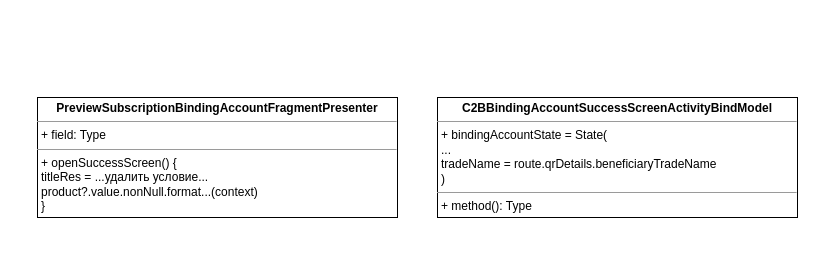
Earlier version of the draw.io diagram UNI-17136.drawio (ShiryaevNikolay/diagrams). Source tidied: cells renumbered, new cells numbered last; positions are measured from the earlier drawing's top-left corner, leaving out a move shared by most shapes. Both pictures are drawn from the tidied source at 100%, with x=0, y=0 at pixel (37, 97).
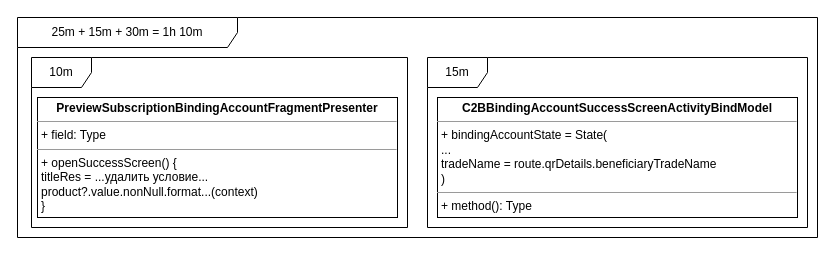
The same diagram, later.

The edit, as a diff of the source:
```diff
@@
 <mxGraphModel>
   <root>
     <mxCell id="0" />
     <mxCell id="1" parent="0" />
     <mxCell id="2" value="&lt;p style=&quot;margin:0px;margin-top:4px;text-align:center;&quot;&gt;&lt;b&gt;PreviewSubscriptionBindingAccountFragmentPresenter&lt;/b&gt;&lt;/p&gt;&lt;hr size=&quot;1&quot;&gt;&lt;p style=&quot;margin:0px;margin-left:4px;&quot;&gt;+ field: Type&lt;/p&gt;&lt;hr size=&quot;1&quot;&gt;&lt;p style=&quot;margin:0px;margin-left:4px;&quot;&gt;+ openSuccessScreen() {&lt;/p&gt;&lt;p style=&quot;margin:0px;margin-left:4px;&quot;&gt;titleRes = ...удалить условие...&lt;/p&gt;&lt;p style=&quot;margin:0px;margin-left:4px;&quot;&gt;product?.value.nonNull.format...(context)&lt;br&gt;&lt;/p&gt;&lt;p style=&quot;margin:0px;margin-left:4px;&quot;&gt;}&lt;br&gt;&lt;/p&gt;" style="verticalAlign=top;align=left;overflow=fill;fontSize=12;fontFamily=Helvetica;html=1;" parent="1" vertex="1">
       <mxGeometry width="360" height="120" as="geometry" />
     </mxCell>
     <mxCell id="3" value="&lt;p style=&quot;margin:0px;margin-top:4px;text-align:center;&quot;&gt;&lt;b&gt;C2BBindingAccountSuccessScreenActivityBindModel&lt;/b&gt;&lt;/p&gt;&lt;hr size=&quot;1&quot;&gt;&lt;p style=&quot;margin:0px;margin-left:4px;&quot;&gt;+ bindingAccountState = State(&lt;/p&gt;&lt;p style=&quot;margin:0px;margin-left:4px;&quot;&gt;...&lt;/p&gt;&lt;p style=&quot;margin:0px;margin-left:4px;&quot;&gt;tradeName = route.qrDetails.beneficiaryTradeName&lt;br&gt;&lt;/p&gt;&lt;p style=&quot;margin:0px;margin-left:4px;&quot;&gt;)&lt;br&gt;&lt;/p&gt;&lt;hr size=&quot;1&quot;&gt;&lt;p style=&quot;margin:0px;margin-left:4px;&quot;&gt;+ method(): Type&lt;/p&gt;" style="verticalAlign=top;align=left;overflow=fill;fontSize=12;fontFamily=Helvetica;html=1;" parent="1" vertex="1">
       <mxGeometry x="400" width="360" height="120" as="geometry" />
     </mxCell>
+    <mxCell id="4" value="10m" style="shape=umlFrame;whiteSpace=wrap;html=1;" parent="1" vertex="1">
+      <mxGeometry x="-6" y="-40" width="376" height="170" as="geometry" />
+    </mxCell>
+    <mxCell id="5" value="15m" style="shape=umlFrame;whiteSpace=wrap;html=1;" parent="1" vertex="1">
+      <mxGeometry x="390" y="-40" width="380" height="170" as="geometry" />
+    </mxCell>
+    <mxCell id="6" value="25m + 15m + 30m = 1h 10m" style="shape=umlFrame;whiteSpace=wrap;html=1;width=220;height=30;" parent="1" vertex="1">
+      <mxGeometry x="-20" y="-80" width="800" height="220" as="geometry" />
+    </mxCell>
   </root>
 </mxGraphModel>
```
